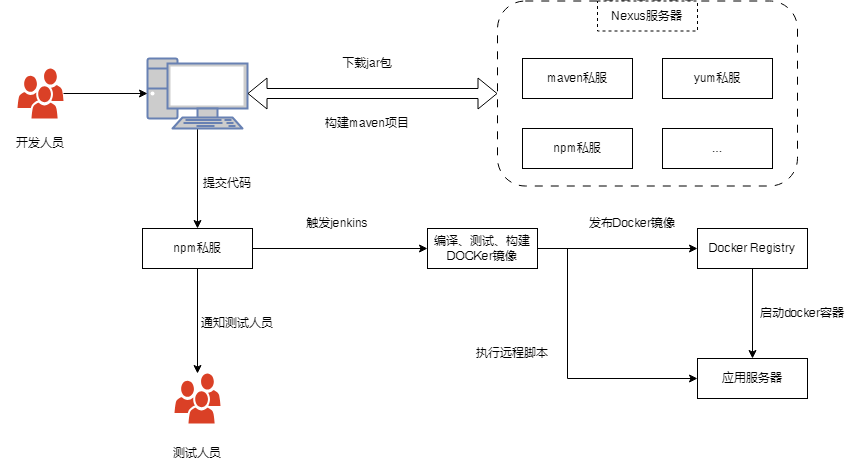
The draw.io diagram Nexus+Jenkins+Maven+Gitlab集成环境部署.drawio.png in CLOUDinDREAM/drawio, before a commit. Source tidied: cells renumbered, new cells last; positions are measured from the earlier drawing's top-left corner, leaving out a move shared by most shapes.
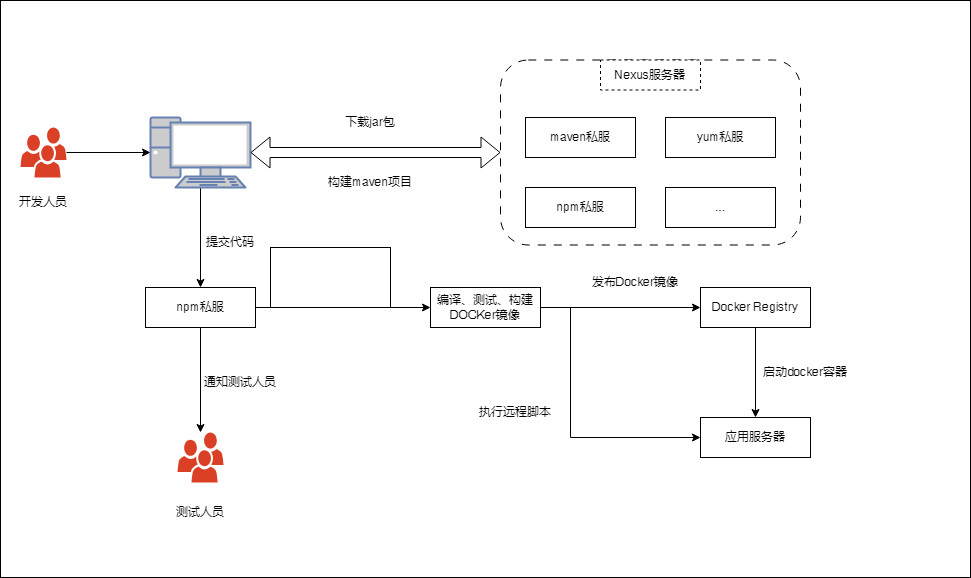
The same file after the commit.

Commit message:
更新Nexus+Jenkins+Maven+Gitlab集成环境部署.drawio.png

The edit, as a diff of the source:
```diff
@@ -2,6 +2,9 @@
   <root>
     <mxCell id="0" />
     <mxCell id="1" parent="0" />
+    <mxCell id="33" style="rounded=0;whiteSpace=wrap;html=1;" parent="1" vertex="1">
+      <mxGeometry x="-3" y="-59" width="970" height="577" as="geometry" />
+    </mxCell>
     <mxCell id="2" style="sketch=0;shadow=0;dashed=0;html=1;strokeColor=none;labelPosition=center;verticalLabelPosition=bottom;verticalAlign=top;outlineConnect=0;align=center;shape=mxgraph.office.users.users;fillColor=#DA4026;" parent="1" vertex="1">
       <mxGeometry x="17" y="68" width="46" height="50" as="geometry" />
     </mxCell>
@@ -100,5 +103,8 @@
     <mxCell id="32" value="启动docker容器" style="text;strokeColor=none;align=center;fillColor=none;html=1;verticalAlign=middle;whiteSpace=wrap;rounded=0;" parent="1" vertex="1">
       <mxGeometry x="757" y="298" width="90" height="30" as="geometry" />
     </mxCell>
+    <mxCell id="34" style="rounded=0;whiteSpace=wrap;html=1;" parent="1" vertex="1">
+      <mxGeometry x="267" y="188" width="120" height="60" as="geometry" />
+    </mxCell>
   </root>
 </mxGraphModel>
```
